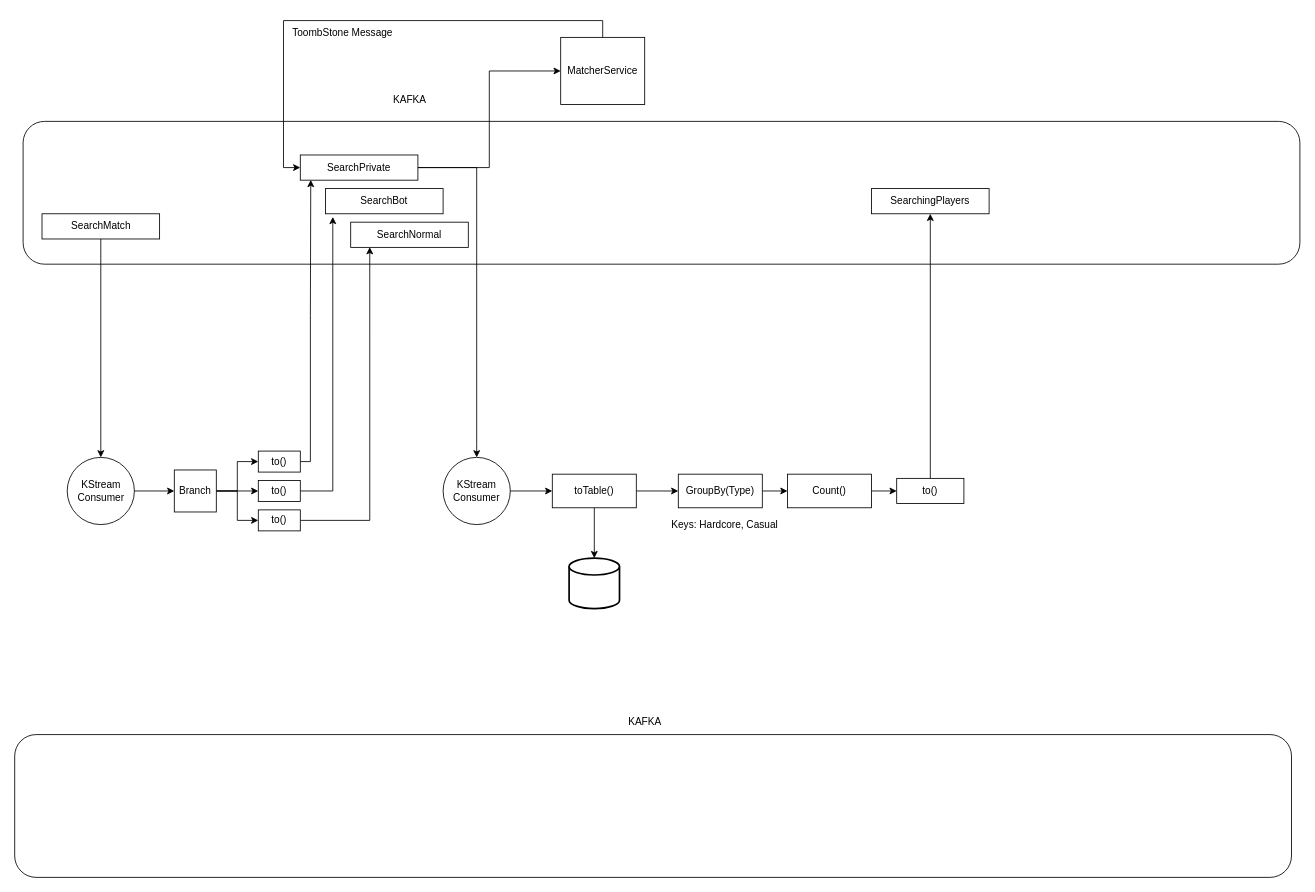
Alfagov/Alfagov keeps this draw.io diagram as Stream_Match.drawio. Above is the earlier version. Source tidied: cells renumbered, new cells numbered last; positions are measured from the earlier drawing's top-left corner, leaving out a move shared by most shapes. Both pictures are drawn from the tidied source at 84%, with x=0, y=0 at pixel (14, 20).
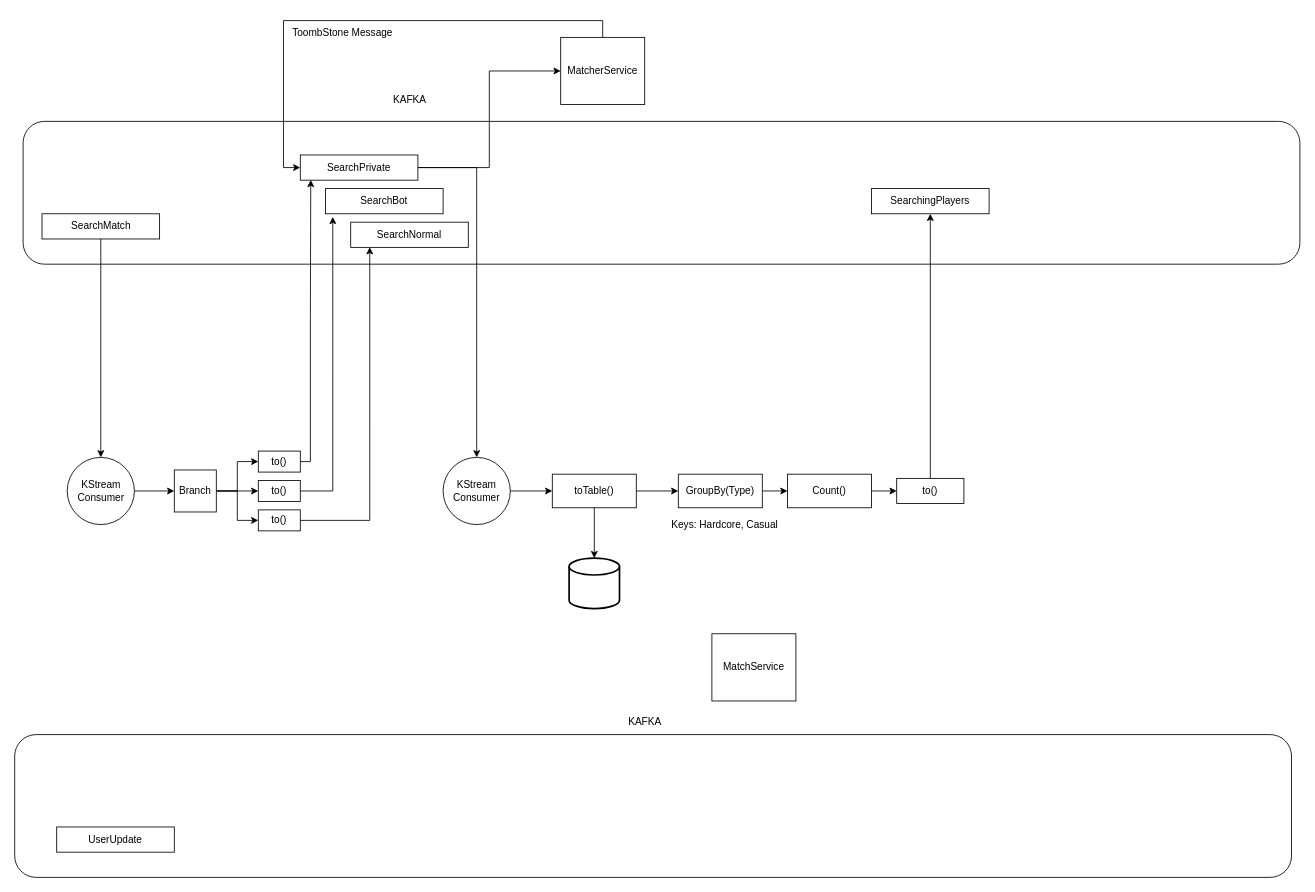
After the change.

Change to the diagram source:
```diff
@@
+    <mxCell id="42" value="MatchService" style="rounded=0;whiteSpace=wrap;html=1;" parent="1" vertex="1">
+      <mxGeometry x="830" y="730" width="100" height="80" as="geometry" />
+    </mxCell>
+    <mxCell id="43" value="UserUpdate" style="rounded=0;whiteSpace=wrap;html=1;" parent="1" vertex="1">
+      <mxGeometry x="50" y="960" width="140" height="30" as="geometry" />
+    </mxCell>
```
